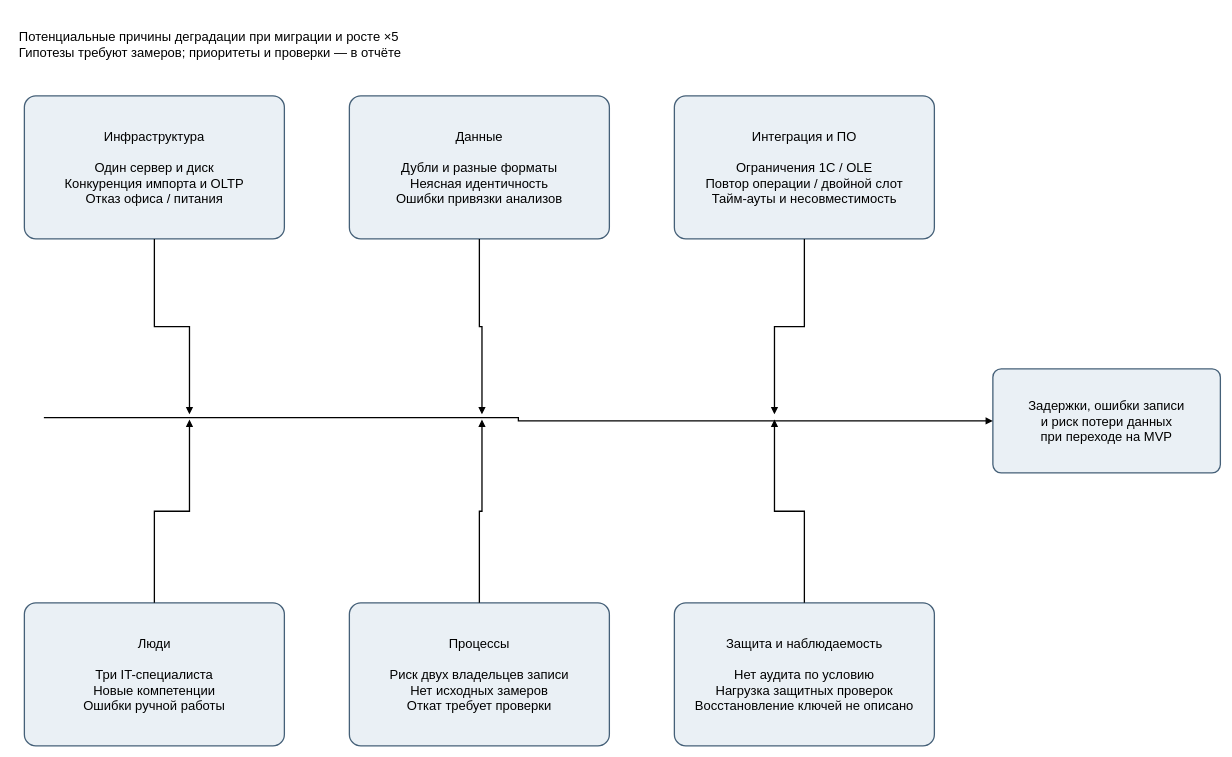
Daresana/architecture-medikamente keeps this draw.io diagram as Task4/Исикава.drawio. Above is the earlier version. Source tidied: cells renumbered, new cells numbered last; positions are measured from the earlier drawing's top-left corner, leaving out a move shared by most shapes. Both pictures are drawn from the tidied source at 65%, with x=0, y=0 at pixel (11, 11).
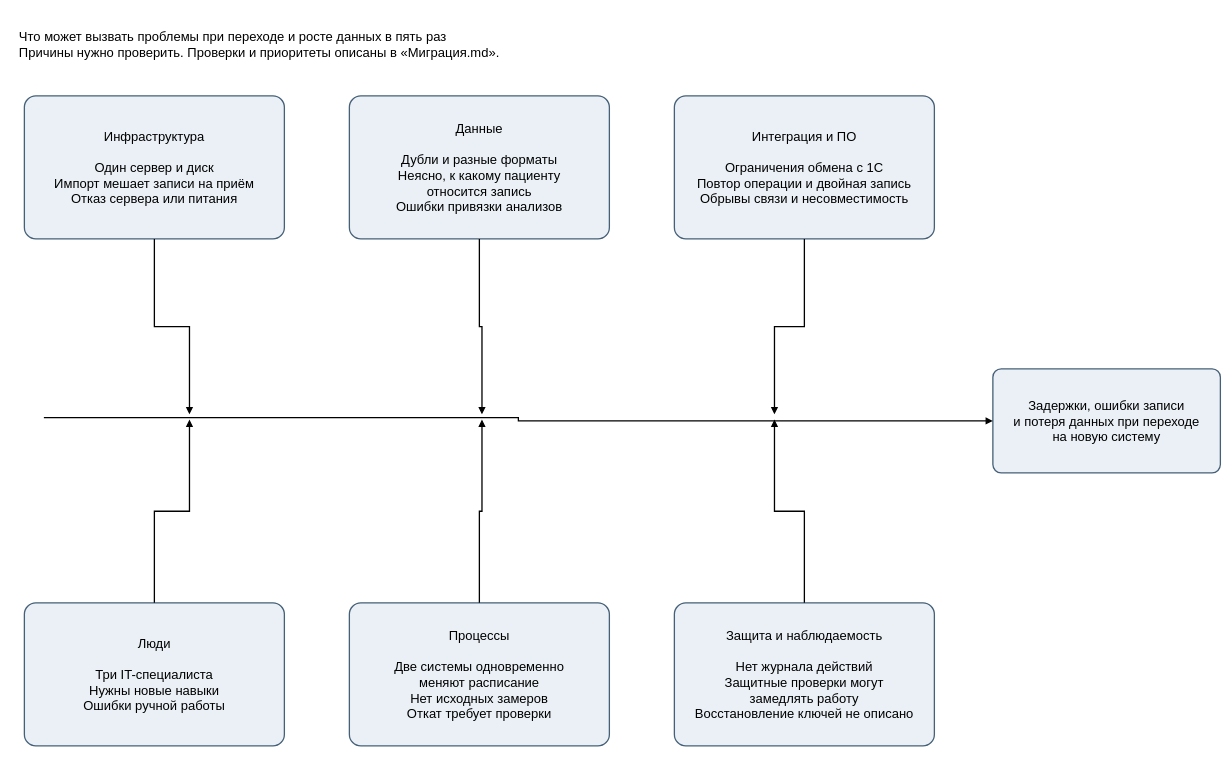
The same diagram, later.

The edit, as a diff of the source:
```diff
@@
-    <mxCell id="2" value="Потенциальные причины деградации при миграции и росте ×5&#10;Гипотезы требуют замеров; приоритеты и проверки — в отчёте" style="whiteSpace=wrap;html=0;fontSize=20;fontFamily=Arial;align=center;verticalAlign=middle;spacing=12;strokeWidth=2;shape=rectangle;strokeColor=none;fillColor=none;align=left;" parent="1" vertex="1">
+    <mxCell id="2" value="Что может вызвать проблемы при переходе и росте данных в пять раз&#10;Причины нужно проверить. Проверки и приоритеты описаны в «Миграция.md»." style="whiteSpace=wrap;html=0;fontSize=20;fontFamily=Arial;align=center;verticalAlign=middle;spacing=12;strokeWidth=2;shape=rectangle;strokeColor=none;fillColor=none;align=left;" parent="1" vertex="1">
       <mxGeometry width="1840" height="100" as="geometry" />
     </mxCell>
@@
-    <mxCell id="4" value="Задержки, ошибки записи&#10;и риск потери данных&#10;при переходе на MVP" style="whiteSpace=wrap;html=0;fontSize=20;fontFamily=Arial;align=center;verticalAlign=middle;spacing=12;strokeWidth=2;rounded=1;arcSize=8;fillColor=#eaf0f5;strokeColor=#456078;" parent="1" vertex="1">
+    <mxCell id="4" value="Задержки, ошибки записи&#10;и потеря данных при переходе&#10;на новую систему" style="whiteSpace=wrap;html=0;fontSize=20;fontFamily=Arial;align=center;verticalAlign=middle;spacing=12;strokeWidth=2;rounded=1;arcSize=8;fillColor=#eaf0f5;strokeColor=#456078;" parent="1" vertex="1">
       <mxGeometry x="1510" y="550" width="350" height="160" as="geometry" />
     </mxCell>
-    <mxCell id="5" value="Инфраструктура&#10;&#10;Один сервер и диск&#10;Конкуренция импорта и OLTP&#10;Отказ офиса / питания" style="whiteSpace=wrap;html=0;fontSize=20;fontFamily=Arial;align=center;verticalAlign=middle;spacing=12;strokeWidth=2;rounded=1;arcSize=8;fillColor=#eaf0f5;strokeColor=#456078;" parent="1" vertex="1">
+    <mxCell id="5" value="Инфраструктура&#10;&#10;Один сервер и диск&#10;Импорт мешает записи на приём&#10;Отказ сервера или питания" style="whiteSpace=wrap;html=0;fontSize=20;fontFamily=Arial;align=center;verticalAlign=middle;spacing=12;strokeWidth=2;rounded=1;arcSize=8;fillColor=#eaf0f5;strokeColor=#456078;" parent="1" vertex="1">
       <mxGeometry x="20" y="130" width="400" height="220" as="geometry" />
     </mxCell>
@@
-    <mxCell id="7" value="Данные&#10;&#10;Дубли и разные форматы&#10;Неясная идентичность&#10;Ошибки привязки анализов" style="whiteSpace=wrap;html=0;fontSize=20;fontFamily=Arial;align=center;verticalAlign=middle;spacing=12;strokeWidth=2;rounded=1;arcSize=8;fillColor=#eaf0f5;strokeColor=#456078;" parent="1" vertex="1">
+    <mxCell id="7" value="Данные&#10;&#10;Дубли и разные форматы&#10;Неясно, к какому пациенту&#10;относится запись&#10;Ошибки привязки анализов" style="whiteSpace=wrap;html=0;fontSize=20;fontFamily=Arial;align=center;verticalAlign=middle;spacing=12;strokeWidth=2;rounded=1;arcSize=8;fillColor=#eaf0f5;strokeColor=#456078;" parent="1" vertex="1">
       <mxGeometry x="520" y="130" width="400" height="220" as="geometry" />
     </mxCell>
@@
-    <mxCell id="9" value="Интеграция и ПО&#10;&#10;Ограничения 1С / OLE&#10;Повтор операции / двойной слот&#10;Тайм-ауты и несовместимость" style="whiteSpace=wrap;html=0;fontSize=20;fontFamily=Arial;align=center;verticalAlign=middle;spacing=12;strokeWidth=2;rounded=1;arcSize=8;fillColor=#eaf0f5;strokeColor=#456078;" parent="1" vertex="1">
+    <mxCell id="9" value="Интеграция и ПО&#10;&#10;Ограничения обмена с 1С&#10;Повтор операции и двойная запись&#10;Обрывы связи и несовместимость" style="whiteSpace=wrap;html=0;fontSize=20;fontFamily=Arial;align=center;verticalAlign=middle;spacing=12;strokeWidth=2;rounded=1;arcSize=8;fillColor=#eaf0f5;strokeColor=#456078;" parent="1" vertex="1">
       <mxGeometry x="1020" y="130" width="400" height="220" as="geometry" />
     </mxCell>
@@
-    <mxCell id="11" value="Люди&#10;&#10;Три IT-специалиста&#10;Новые компетенции&#10;Ошибки ручной работы" style="whiteSpace=wrap;html=0;fontSize=20;fontFamily=Arial;align=center;verticalAlign=middle;spacing=12;strokeWidth=2;rounded=1;arcSize=8;fillColor=#eaf0f5;strokeColor=#456078;" parent="1" vertex="1">
+    <mxCell id="11" value="Люди&#10;&#10;Три IT-специалиста&#10;Нужны новые навыки&#10;Ошибки ручной работы" style="whiteSpace=wrap;html=0;fontSize=20;fontFamily=Arial;align=center;verticalAlign=middle;spacing=12;strokeWidth=2;rounded=1;arcSize=8;fillColor=#eaf0f5;strokeColor=#456078;" parent="1" vertex="1">
       <mxGeometry x="20" y="910" width="400" height="220" as="geometry" />
     </mxCell>
@@
-    <mxCell id="13" value="Процессы&#10;&#10;Риск двух владельцев записи&#10;Нет исходных замеров&#10;Откат требует проверки" style="whiteSpace=wrap;html=0;fontSize=20;fontFamily=Arial;align=center;verticalAlign=middle;spacing=12;strokeWidth=2;rounded=1;arcSize=8;fillColor=#eaf0f5;strokeColor=#456078;" parent="1" vertex="1">
+    <mxCell id="13" value="Процессы&#10;&#10;Две системы одновременно&#10;меняют расписание&#10;Нет исходных замеров&#10;Откат требует проверки" style="whiteSpace=wrap;html=0;fontSize=20;fontFamily=Arial;align=center;verticalAlign=middle;spacing=12;strokeWidth=2;rounded=1;arcSize=8;fillColor=#eaf0f5;strokeColor=#456078;" parent="1" vertex="1">
       <mxGeometry x="520" y="910" width="400" height="220" as="geometry" />
     </mxCell>
@@
-    <mxCell id="15" value="Защита и наблюдаемость&#10;&#10;Нет аудита по условию&#10;Нагрузка защитных проверок&#10;Восстановление ключей не описано" style="whiteSpace=wrap;html=0;fontSize=20;fontFamily=Arial;align=center;verticalAlign=middle;spacing=12;strokeWidth=2;rounded=1;arcSize=8;fillColor=#eaf0f5;strokeColor=#456078;" parent="1" vertex="1">
+    <mxCell id="15" value="Защита и наблюдаемость&#10;&#10;Нет журнала действий&#10;Защитные проверки могут&#10;замедлять работу&#10;Восстановление ключей не описано" style="whiteSpace=wrap;html=0;fontSize=20;fontFamily=Arial;align=center;verticalAlign=middle;spacing=12;strokeWidth=2;rounded=1;arcSize=8;fillColor=#eaf0f5;strokeColor=#456078;" parent="1" vertex="1">
       <mxGeometry x="1020" y="910" width="400" height="220" as="geometry" />
     </mxCell>
```
